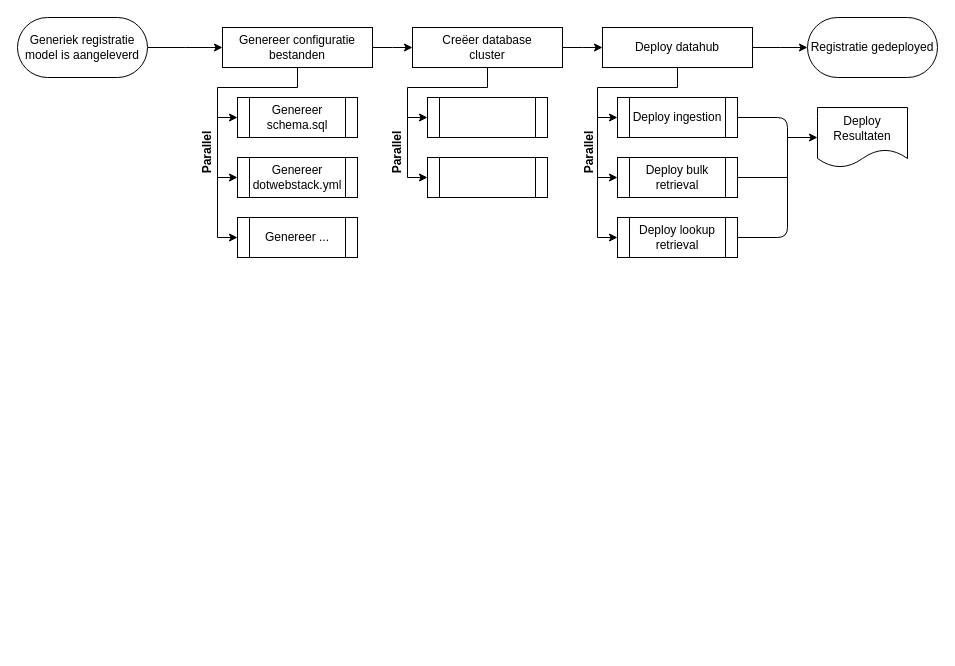
This is multi-tenant-flowchart.drawio from ahup/drawings, a draw.io file, before an edit. Source tidied: cells renumbered, new cells numbered last; positions are measured from the earlier drawing's top-left corner, leaving out a move shared by most shapes. Both pictures are drawn from the tidied source at 100%, with x=0, y=0 at pixel (17, 17).
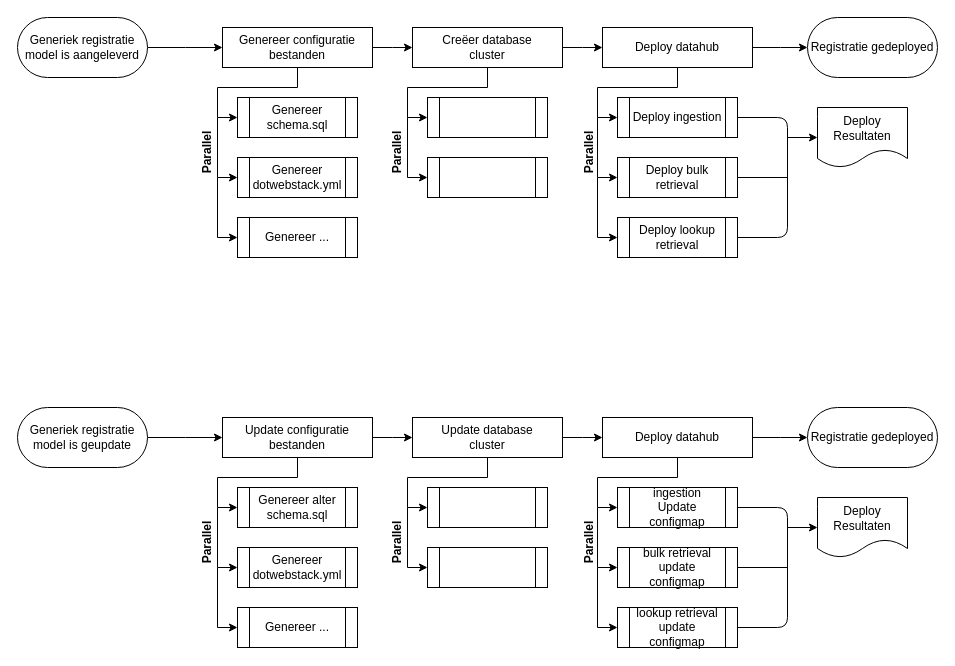
After the change.

What changed in the source:
```diff
@@
+    <mxCell id="34" style="edgeStyle=elbowEdgeStyle;rounded=0;jettySize=auto;html=1;exitX=1;exitY=0.5;exitDx=0;exitDy=0;entryX=0;entryY=0.5;entryDx=0;entryDy=0;" parent="1" edge="1" source="35" target="38">
+      <mxGeometry relative="1" as="geometry" />
+    </mxCell>
+    <mxCell id="35" value="Generiek registratie model is geupdate" style="rounded=1;whiteSpace=wrap;html=1;arcSize=50;" parent="1" vertex="1">
+      <mxGeometry y="390" width="130" height="60" as="geometry" />
+    </mxCell>
+    <mxCell id="36" style="edgeStyle=orthogonalEdgeStyle;rounded=0;jettySize=auto;html=1;entryX=0;entryY=0.5;entryDx=0;entryDy=0;" parent="1" edge="1" source="38" target="39">
+      <mxGeometry relative="1" as="geometry" />
+    </mxCell>
+    <mxCell id="37" style="edgeStyle=elbowEdgeStyle;rounded=0;jettySize=auto;html=1;exitX=1;exitY=0.5;exitDx=0;exitDy=0;entryX=0;entryY=0.5;entryDx=0;entryDy=0;" parent="1" edge="1" source="38" target="46">
+      <mxGeometry relative="1" as="geometry" />
+    </mxCell>
+    <mxCell id="38" value="Update configuratie bestanden" style="rounded=0;whiteSpace=wrap;html=1;" parent="1" vertex="1">
+      <mxGeometry x="205" y="400" width="150" height="40" as="geometry" />
+    </mxCell>
+    <mxCell id="39" value="Genereer alter schema.sql" style="shape=process;whiteSpace=wrap;html=1;backgroundOutline=1;" parent="1" vertex="1">
+      <mxGeometry x="220" y="470" width="120" height="40" as="geometry" />
+    </mxCell>
+    <mxCell id="40" value="Genereer dotwebstack.yml" style="shape=process;whiteSpace=wrap;html=1;backgroundOutline=1;" parent="1" vertex="1">
+      <mxGeometry x="220" y="530" width="120" height="40" as="geometry" />
+    </mxCell>
+    <mxCell id="41" style="edgeStyle=orthogonalEdgeStyle;rounded=0;jettySize=auto;html=1;" parent="1" edge="1" target="40">
+      <mxGeometry relative="1" as="geometry">
+        <mxPoint x="200" y="490" as="sourcePoint" />
+        <Array as="points">
+          <mxPoint x="200" y="550" />
+        </Array>
+      </mxGeometry>
+    </mxCell>
+    <mxCell id="42" style="edgeStyle=orthogonalEdgeStyle;rounded=0;orthogonalLoop=1;jettySize=auto;html=1;" parent="1" edge="1">
+      <mxGeometry relative="1" as="geometry">
+        <mxPoint x="200" y="550" as="sourcePoint" />
+        <mxPoint x="220" y="610" as="targetPoint" />
+        <Array as="points">
+          <mxPoint x="200" y="610" />
+        </Array>
+      </mxGeometry>
+    </mxCell>
+    <mxCell id="43" value="Genereer ..." style="shape=process;whiteSpace=wrap;html=1;backgroundOutline=1;" parent="1" vertex="1">
+      <mxGeometry x="220" y="590" width="120" height="40" as="geometry" />
+    </mxCell>
+    <mxCell id="44" style="edgeStyle=orthogonalEdgeStyle;rounded=0;jettySize=auto;html=1;entryX=0;entryY=0.5;entryDx=0;entryDy=0;" parent="1" edge="1" source="46" target="47">
+      <mxGeometry relative="1" as="geometry" />
+    </mxCell>
+    <mxCell id="45" style="edgeStyle=elbowEdgeStyle;rounded=0;jettySize=auto;html=1;exitX=1;exitY=0.5;exitDx=0;exitDy=0;entryX=0;entryY=0.5;entryDx=0;entryDy=0;" parent="1" edge="1" source="46" target="51">
+      <mxGeometry relative="1" as="geometry" />
+    </mxCell>
+    <mxCell id="46" value="Update database&lt;br&gt;cluster" style="rounded=0;whiteSpace=wrap;html=1;" parent="1" vertex="1">
+      <mxGeometry x="395" y="400" width="150" height="40" as="geometry" />
+    </mxCell>
+    <mxCell id="47" style="shape=process;whiteSpace=wrap;html=1;backgroundOutline=1;" parent="1" vertex="1">
+      <mxGeometry x="410" y="470" width="120" height="40" as="geometry" />
+    </mxCell>
+    <mxCell id="48" style="shape=process;whiteSpace=wrap;html=1;backgroundOutline=1;" parent="1" vertex="1">
+      <mxGeometry x="410" y="530" width="120" height="40" as="geometry" />
+    </mxCell>
+    <mxCell id="49" style="edgeStyle=orthogonalEdgeStyle;rounded=0;jettySize=auto;html=1;" parent="1" edge="1" target="48">
+      <mxGeometry relative="1" as="geometry">
+        <mxPoint x="390" y="490" as="sourcePoint" />
+        <Array as="points">
+          <mxPoint x="390" y="550" />
+        </Array>
+      </mxGeometry>
+    </mxCell>
+    <mxCell id="50" style="edgeStyle=orthogonalEdgeStyle;rounded=0;jettySize=auto;html=1;entryX=0;entryY=0.5;entryDx=0;entryDy=0;" parent="1" edge="1" source="51" target="52">
+      <mxGeometry relative="1" as="geometry" />
+    </mxCell>
+    <mxCell id="51" value="Deploy datahub" style="rounded=0;whiteSpace=wrap;html=1;" parent="1" vertex="1">
+      <mxGeometry x="585" y="400" width="150" height="40" as="geometry" />
+    </mxCell>
+    <mxCell id="52" value="ingestion&lt;br&gt;Update configmap" style="shape=process;whiteSpace=wrap;html=1;backgroundOutline=1;" parent="1" vertex="1">
+      <mxGeometry x="600" y="470" width="120" height="40" as="geometry" />
+    </mxCell>
+    <mxCell id="53" value="bulk retrieval&lt;br&gt;update configmap" style="shape=process;whiteSpace=wrap;html=1;backgroundOutline=1;" parent="1" vertex="1">
+      <mxGeometry x="600" y="530" width="120" height="40" as="geometry" />
+    </mxCell>
+    <mxCell id="54" style="edgeStyle=orthogonalEdgeStyle;rounded=0;jettySize=auto;html=1;" parent="1" edge="1" target="53">
+      <mxGeometry relative="1" as="geometry">
+        <mxPoint x="580" y="490" as="sourcePoint" />
+        <Array as="points">
+          <mxPoint x="580" y="550" />
+        </Array>
+      </mxGeometry>
+    </mxCell>
+    <mxCell id="55" style="edgeStyle=orthogonalEdgeStyle;rounded=0;orthogonalLoop=1;jettySize=auto;html=1;" parent="1" edge="1">
+      <mxGeometry relative="1" as="geometry">
+        <mxPoint x="580" y="550" as="sourcePoint" />
+        <mxPoint x="600" y="610" as="targetPoint" />
+        <Array as="points">
+          <mxPoint x="580" y="610" />
+        </Array>
+      </mxGeometry>
+    </mxCell>
+    <mxCell id="56" value="lookup retrieval&lt;br&gt;update configmap" style="shape=process;whiteSpace=wrap;html=1;backgroundOutline=1;" parent="1" vertex="1">
+      <mxGeometry x="600" y="590" width="120" height="40" as="geometry" />
+    </mxCell>
+    <mxCell id="57" style="endArrow=none;html=1;entryX=1;entryY=0.5;entryDx=0;entryDy=0;exitX=1;exitY=0.5;exitDx=0;exitDy=0;edgeStyle=orthogonalEdgeStyle;" parent="1" edge="1" source="56" target="52">
+      <mxGeometry relative="1" as="geometry">
+        <Array as="points">
+          <mxPoint x="770" y="610" />
+          <mxPoint x="770" y="490" />
+        </Array>
+      </mxGeometry>
+    </mxCell>
+    <mxCell id="58" style="endArrow=none;html=1;exitX=1;exitY=0.5;exitDx=0;exitDy=0;" parent="1" edge="1" source="53">
+      <mxGeometry relative="1" as="geometry">
+        <mxPoint x="770" y="550" as="targetPoint" />
+      </mxGeometry>
+    </mxCell>
+    <mxCell id="59" style="endArrow=classic;html=1;entryX=0;entryY=0.5;entryDx=0;entryDy=0;" parent="1" edge="1" target="60">
+      <mxGeometry relative="1" as="geometry">
+        <mxPoint x="770" y="510" as="sourcePoint" />
+      </mxGeometry>
+    </mxCell>
+    <mxCell id="60" value="Deploy Resultaten" style="shape=document;whiteSpace=wrap;html=1;boundedLbl=1;" parent="1" vertex="1">
+      <mxGeometry x="800" y="480" width="90" height="60" as="geometry" />
+    </mxCell>
+    <mxCell id="61" value="Parallel" style="text;html=1;strokeColor=none;fillColor=none;align=center;verticalAlign=middle;whiteSpace=wrap;rounded=0;fontStyle=1;horizontal=0;" parent="1" vertex="1">
+      <mxGeometry x="175" y="490" width="30" height="70" as="geometry" />
+    </mxCell>
+    <mxCell id="62" value="Parallel" style="text;html=1;strokeColor=none;fillColor=none;align=center;verticalAlign=middle;whiteSpace=wrap;rounded=0;fontStyle=1;horizontal=0;" parent="1" vertex="1">
+      <mxGeometry x="365" y="490" width="30" height="70" as="geometry" />
+    </mxCell>
+    <mxCell id="63" value="Parallel" style="text;html=1;strokeColor=none;fillColor=none;align=center;verticalAlign=middle;whiteSpace=wrap;rounded=0;fontStyle=1;horizontal=0;" parent="1" vertex="1">
+      <mxGeometry x="557" y="490" width="30" height="70" as="geometry" />
+    </mxCell>
+    <mxCell id="64" value="Registratie gedeployed" style="rounded=1;whiteSpace=wrap;html=1;arcSize=50;" parent="1" vertex="1">
+      <mxGeometry x="790" y="390" width="130" height="60" as="geometry" />
+    </mxCell>
+    <mxCell id="65" style="edgeStyle=elbowEdgeStyle;rounded=0;jettySize=auto;html=1;exitX=1;exitY=0.5;exitDx=0;exitDy=0;entryX=0;entryY=0.5;entryDx=0;entryDy=0;" parent="1" edge="1" source="51" target="64">
+      <mxGeometry relative="1" as="geometry" />
+    </mxCell>
```
